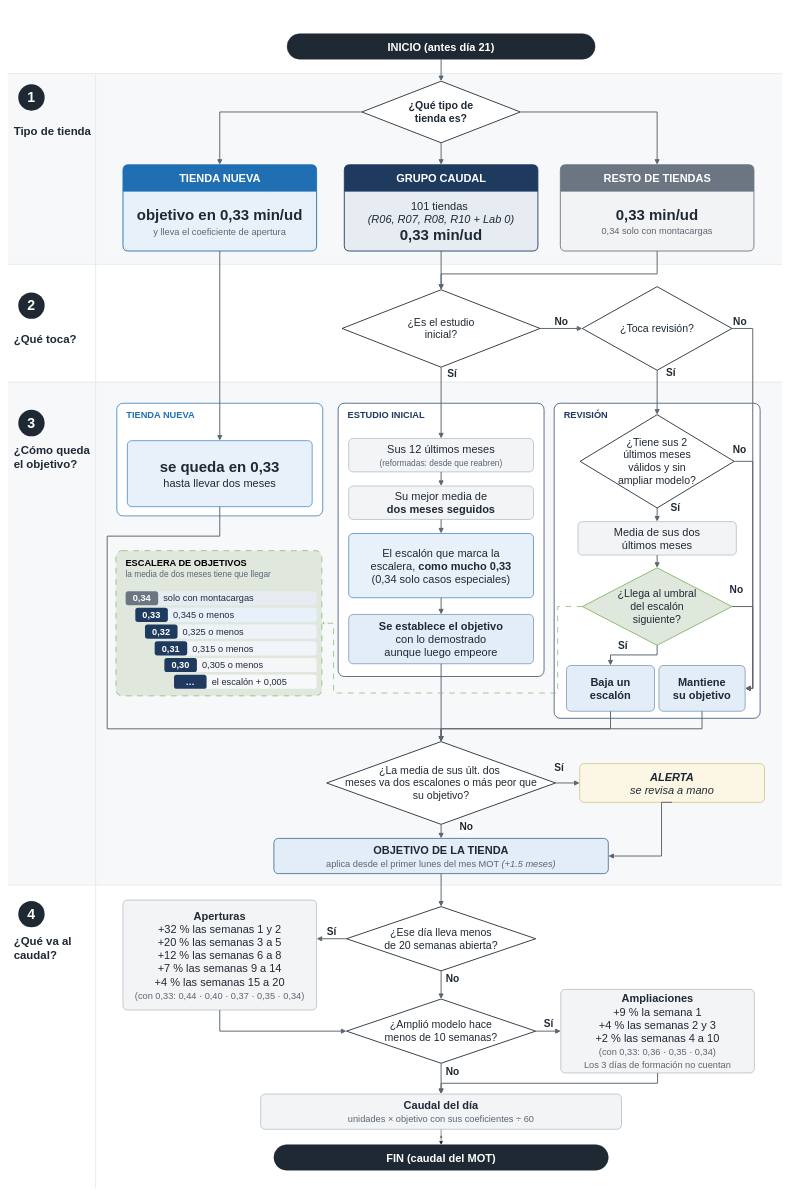
jrodrbr/Javify keeps this draw.io diagram as Flujograma_revision.drawio. Above is the earlier version. Source tidied: cells renumbered, new cells numbered last; positions are measured from the earlier drawing's top-left corner, leaving out a move shared by most shapes. Both pictures are drawn from the tidied source at 44%, with x=0, y=0 at pixel (7, 7).
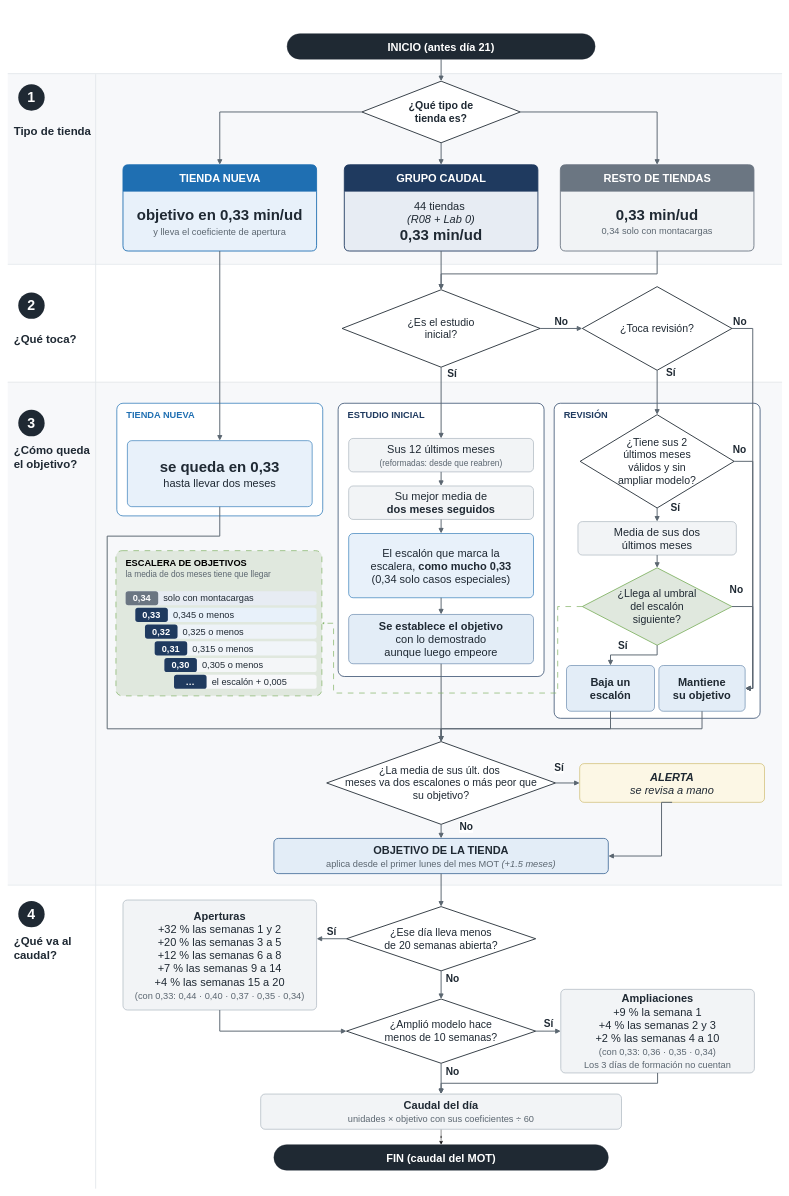
Above is the later version.

Unchanged cells that the change refers to:
```xml
<mxCell id="26" value="&lt;b&gt;GRUPO CAUDAL&lt;/b&gt;" style="shape=swimlane;startSize=60;horizontal=1;rounded=1;absoluteArcSize=1;arcSize=24;html=1;fontFamily=Arial;fontSize=25;fontColor=#FFFFFF;fillColor=#1F3A5F;swimlaneFillColor=#E7ECF3;strokeColor=#1F3A5F;strokeWidth=2;" parent="12" vertex="1">
  <mxGeometry x="765" y="357" width="440" height="196" as="geometry" />
</mxCell>
```

Diff of the diagram source:
```diff
@@
-    <mxCell id="27" value="101 tiendas&amp;nbsp;&lt;br&gt;&lt;i style=&quot;background-color: transparent; color: light-dark(rgb(31, 41, 51), rgb(196, 204, 213));&quot;&gt;(R06, R07, R08, R10 + Lab 0)&lt;/i&gt;&lt;div&gt;&lt;div&gt;&lt;b&gt;&lt;span style=&quot;font-size:34px&quot;&gt;0,33 min/ud&lt;/span&gt;&lt;/b&gt;&lt;br&gt;&lt;/div&gt;&lt;/div&gt;" style="text;html=1;strokeColor=none;fillColor=none;whiteSpace=wrap;fontFamily=Arial;fontSize=25;fontColor=#1F2933;align=center;verticalAlign=middle;spacing=0;" parent="26" vertex="1">
+    <mxCell id="27" value="44 tiendas&amp;nbsp;&lt;br&gt;&lt;i style=&quot;background-color: transparent; color: light-dark(rgb(31, 41, 51), rgb(196, 204, 213));&quot;&gt;(R08 + Lab 0)&lt;/i&gt;&lt;div&gt;&lt;div&gt;&lt;b&gt;&lt;span style=&quot;font-size:34px&quot;&gt;0,33 min/ud&lt;/span&gt;&lt;/b&gt;&lt;br&gt;&lt;/div&gt;&lt;/div&gt;" style="text;html=1;strokeColor=none;fillColor=none;whiteSpace=wrap;fontFamily=Arial;fontSize=25;fontColor=#1F2933;align=center;verticalAlign=middle;spacing=0;" parent="26" vertex="1">
       <mxGeometry y="61" width="440" height="135" as="geometry" />
     </mxCell>
```
